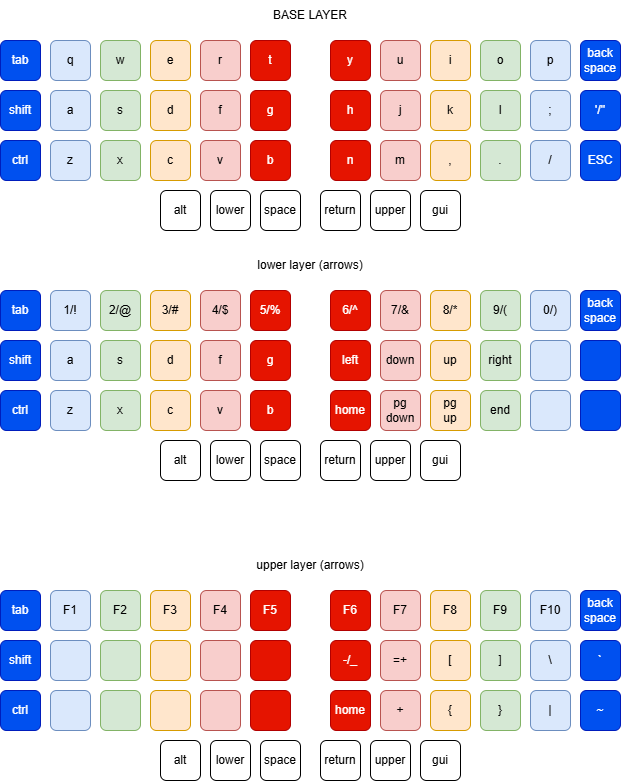
nlarsen31/zmk-config keeps this draw.io diagram as Laybout.png. Above is the earlier version. Source tidied: cells renumbered, new cells last; positions are measured from the earlier drawing's top-left corner, leaving out a move shared by most shapes.
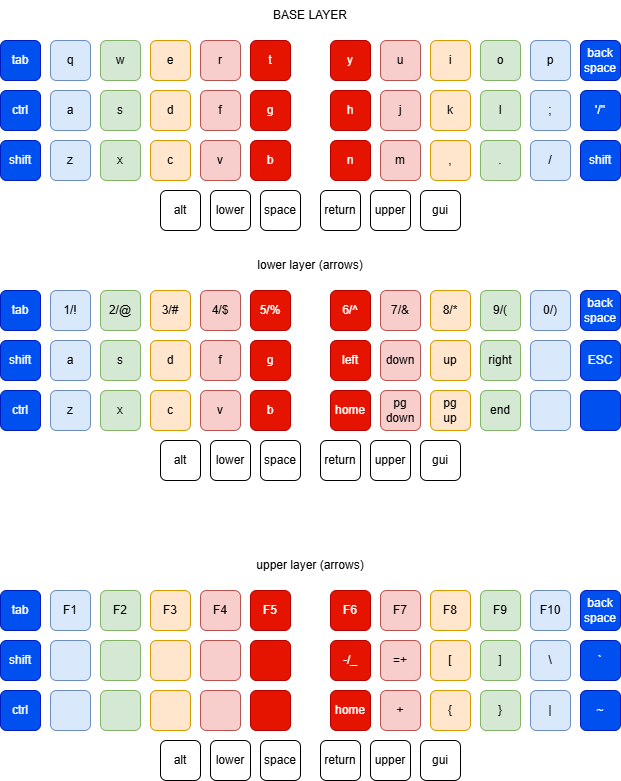
The same diagram one commit later.

Commit message:
Add right shift, re work left keys

Diff of the diagram source:
```diff
@@ -20,7 +20,7 @@
     <mxCell id="7" value="t" style="rounded=1;whiteSpace=wrap;html=1;fillColor=#e51400;strokeColor=#B20000;fontColor=#ffffff;" parent="1" vertex="1">
       <mxGeometry x="250" y="40" width="40" height="40" as="geometry" />
     </mxCell>
-    <mxCell id="8" value="shift" style="rounded=1;whiteSpace=wrap;html=1;fillColor=#0050ef;strokeColor=#001DBC;glass=0;shadow=0;fontColor=#ffffff;" parent="1" vertex="1">
+    <mxCell id="8" value="ctrl" style="rounded=1;whiteSpace=wrap;html=1;fillColor=#0050ef;strokeColor=#001DBC;glass=0;shadow=0;fontColor=#ffffff;" parent="1" vertex="1">
       <mxGeometry y="90" width="40" height="40" as="geometry" />
     </mxCell>
     <mxCell id="9" value="a" style="rounded=1;whiteSpace=wrap;html=1;fillColor=#dae8fc;strokeColor=#6c8ebf;" parent="1" vertex="1">
@@ -38,7 +38,7 @@
     <mxCell id="13" value="g" style="rounded=1;whiteSpace=wrap;html=1;fillColor=#e51400;strokeColor=#B20000;fontColor=#ffffff;" parent="1" vertex="1">
       <mxGeometry x="250" y="90" width="40" height="40" as="geometry" />
     </mxCell>
-    <mxCell id="14" value="ctrl" style="rounded=1;whiteSpace=wrap;html=1;fillColor=#0050ef;strokeColor=#001DBC;glass=0;shadow=0;fontColor=#ffffff;" parent="1" vertex="1">
+    <mxCell id="14" value="shift" style="rounded=1;whiteSpace=wrap;html=1;fillColor=#0050ef;strokeColor=#001DBC;glass=0;shadow=0;fontColor=#ffffff;" parent="1" vertex="1">
       <mxGeometry y="140" width="40" height="40" as="geometry" />
     </mxCell>
     <mxCell id="15" value="z" style="rounded=1;whiteSpace=wrap;html=1;fillColor=#dae8fc;strokeColor=#6c8ebf;" parent="1" vertex="1">
@@ -107,7 +107,7 @@
     <mxCell id="36" value="/" style="rounded=1;whiteSpace=wrap;html=1;fillColor=#dae8fc;strokeColor=#6c8ebf;" parent="1" vertex="1">
       <mxGeometry x="530" y="140" width="40" height="40" as="geometry" />
     </mxCell>
-    <mxCell id="37" value="ESC" style="rounded=1;whiteSpace=wrap;html=1;fillColor=#0050ef;strokeColor=#001DBC;fontColor=#ffffff;" parent="1" vertex="1">
+    <mxCell id="37" value="shift" style="rounded=1;whiteSpace=wrap;html=1;fillColor=#0050ef;strokeColor=#001DBC;fontColor=#ffffff;" parent="1" vertex="1">
       <mxGeometry x="580" y="140" width="40" height="40" as="geometry" />
     </mxCell>
     <mxCell id="38" value="alt" style="rounded=1;whiteSpace=wrap;html=1;" parent="1" vertex="1">
@@ -218,7 +218,7 @@
     <mxCell id="73" style="rounded=1;whiteSpace=wrap;html=1;fillColor=#dae8fc;strokeColor=#6c8ebf;" parent="1" vertex="1">
       <mxGeometry x="530" y="340" width="40" height="40" as="geometry" />
     </mxCell>
-    <mxCell id="74" style="rounded=1;whiteSpace=wrap;html=1;fillColor=#0050ef;strokeColor=#001DBC;fontColor=#ffffff;" parent="1" vertex="1">
+    <mxCell id="74" value="ESC" style="rounded=1;whiteSpace=wrap;html=1;fillColor=#0050ef;strokeColor=#001DBC;fontColor=#ffffff;" parent="1" vertex="1">
       <mxGeometry x="580" y="340" width="40" height="40" as="geometry" />
     </mxCell>
     <mxCell id="75" value="home" style="rounded=1;whiteSpace=wrap;html=1;fillColor=#e51400;strokeColor=#B20000;fontColor=#ffffff;" parent="1" vertex="1">
```
